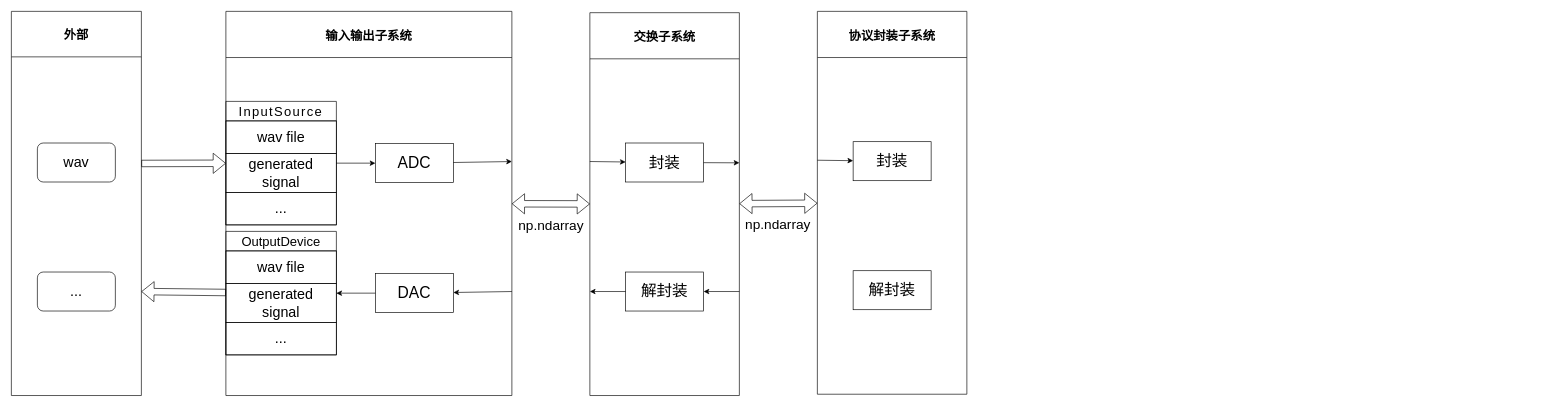
The draw.io diagram OCS.drawio in Oliveva/OCS, before the edit. Source tidied: cells renumbered, new cells numbered last; positions are measured from the earlier drawing's top-left corner, leaving out a move shared by most shapes. Both pictures are drawn from the tidied source at 65%, with x=0, y=0 at pixel (11, 11).
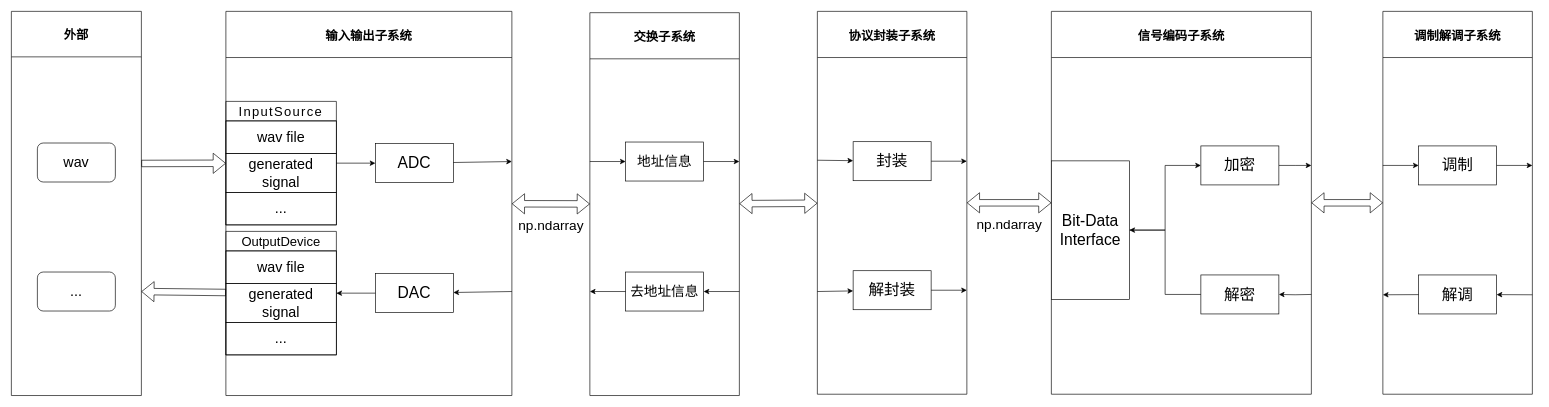
The same diagram, later.

Unchanged cells that the change refers to:
```xml
<mxCell id="22" value="交换子系统" style="swimlane;startSize=71;fontSize=19;" parent="1" vertex="1">
  <mxGeometry x="890" y="2" width="230" height="589" as="geometry" />
</mxCell>
<mxCell id="31" value="协议封装子系统" style="swimlane;startSize=71;fontSize=19;" parent="1" vertex="1">
  <mxGeometry x="1240" width="230" height="589" as="geometry" />
</mxCell>
<mxCell id="32" value="&lt;font style=&quot;font-size: 24px;&quot;&gt;封装&lt;/font&gt;" style="rounded=0;whiteSpace=wrap;html=1;" parent="31" vertex="1">
  <mxGeometry x="55" y="200.5" width="120" height="60" as="geometry" />
</mxCell>
<mxCell id="33" value="&lt;font style=&quot;font-size: 24px;&quot;&gt;解封装&lt;/font&gt;" style="rounded=0;whiteSpace=wrap;html=1;" parent="31" vertex="1">
  <mxGeometry x="55" y="399" width="120" height="60" as="geometry" />
</mxCell>
<mxCell id="35" style="shape=flexArrow;endArrow=classic;startArrow=classic;html=1;rounded=0;align=center;verticalAlign=bottom;fontSize=17;" parent="1" edge="1" source="22" target="31">
  <mxGeometry relative="1" as="geometry" />
</mxCell>
```

Diff of the diagram source:
```diff
@@
-    <mxCell id="23" value="&lt;font style=&quot;font-size: 24px;&quot;&gt;封装&lt;/font&gt;" style="rounded=0;whiteSpace=wrap;html=1;" parent="22" vertex="1">
-      <mxGeometry x="55" y="200.5" width="120" height="60" as="geometry" />
+    <mxCell id="23" value="地址信息" style="rounded=0;whiteSpace=wrap;html=1;fontSize=21;" parent="22" vertex="1">
+      <mxGeometry x="55" y="199" width="120" height="60" as="geometry" />
     </mxCell>
-    <mxCell id="24" value="&lt;font style=&quot;font-size: 24px;&quot;&gt;解封装&lt;/font&gt;" style="rounded=0;whiteSpace=wrap;html=1;" parent="22" vertex="1">
-      <mxGeometry x="55" y="399" width="120" height="60" as="geometry" />
-    </mxCell>
@@
+    <mxCell id="28" style="endArrow=classic;html=1;rounded=0;" parent="22" edge="1" source="23">
+      <mxGeometry relative="1" as="geometry">
+        <mxPoint x="230" y="229" as="targetPoint" />
+      </mxGeometry>
+    </mxCell>
+    <mxCell id="37" value="去地址信息" style="rounded=0;whiteSpace=wrap;html=1;fontSize=21;" parent="22" vertex="1">
+      <mxGeometry x="55" y="399" width="120" height="60" as="geometry" />
+    </mxCell>
@@
-    <mxCell id="28" style="endArrow=classic;html=1;rounded=0;" parent="1" edge="1" source="23">
-      <mxGeometry relative="1" as="geometry">
-        <mxPoint x="1120" y="233" as="targetPoint" />
-      </mxGeometry>
-    </mxCell>
-    <mxCell id="29" style="endArrow=classic;html=1;rounded=0;" parent="1" edge="1" source="24">
-      <mxGeometry relative="1" as="geometry">
-        <mxPoint x="890" y="431" as="targetPoint" />
-      </mxGeometry>
-    </mxCell>
-    <mxCell id="30" style="endArrow=classic;html=1;rounded=0;" parent="1" edge="1" target="24">
-      <mxGeometry relative="1" as="geometry">
-        <mxPoint x="1120" y="431" as="sourcePoint" />
-      </mxGeometry>
-    </mxCell>
@@
+    <mxCell id="38" style="edgeStyle=orthogonalEdgeStyle;rounded=0;jettySize=auto;html=1;" parent="31" edge="1" source="32">
+      <mxGeometry relative="1" as="geometry">
+        <mxPoint x="230" y="230.5" as="targetPoint" />
+      </mxGeometry>
+    </mxCell>
@@
+    <mxCell id="39" style="edgeStyle=orthogonalEdgeStyle;rounded=0;jettySize=auto;html=1;" parent="31" edge="1" source="33">
+      <mxGeometry relative="1" as="geometry">
+        <mxPoint x="230" y="429" as="targetPoint" />
+      </mxGeometry>
+    </mxCell>
@@
+    <mxCell id="40" style="endArrow=classic;html=1;rounded=0;" parent="31" edge="1" target="33">
+      <mxGeometry relative="1" as="geometry">
+        <mxPoint y="431" as="sourcePoint" />
+      </mxGeometry>
+    </mxCell>
@@
+    <mxCell id="41" value="调制解调子系统" style="swimlane;startSize=71;fontSize=19;" parent="1" vertex="1">
+      <mxGeometry x="2110" width="230" height="589" as="geometry" />
+    </mxCell>
+    <mxCell id="42" value="&lt;font style=&quot;font-size: 24px;&quot;&gt;调制&lt;/font&gt;" style="rounded=0;whiteSpace=wrap;html=1;" parent="41" vertex="1">
+      <mxGeometry x="55" y="207" width="120" height="60" as="geometry" />
+    </mxCell>
+    <mxCell id="43" value="&lt;font style=&quot;font-size: 24px;&quot;&gt;解调&lt;/font&gt;" style="rounded=0;whiteSpace=wrap;html=1;" parent="41" vertex="1">
+      <mxGeometry x="55" y="405.5" width="120" height="60" as="geometry" />
+    </mxCell>
+    <mxCell id="44" style="endArrow=classic;html=1;rounded=0;" parent="41" edge="1" target="42">
+      <mxGeometry relative="1" as="geometry">
+        <mxPoint y="237" as="sourcePoint" />
+      </mxGeometry>
+    </mxCell>
+    <mxCell id="45" style="shape=flexArrow;endArrow=classic;startArrow=classic;html=1;rounded=0;align=center;verticalAlign=bottom;fontSize=17;" parent="1" edge="1" source="31" target="46">
+      <mxGeometry relative="1" as="geometry" />
+    </mxCell>
-    <mxCell id="36" value="np.ndarray" style="edgeLabel;html=1;align=center;verticalAlign=middle;fontSize=21;" parent="35" vertex="1">
+    <mxCell id="36" value="np.ndarray" style="edgeLabel;html=1;align=center;verticalAlign=middle;fontSize=21;" parent="45" vertex="1">
       <mxGeometry x="-0.16" y="2" relative="1" as="geometry">
         <mxPoint x="9" y="34" as="offset" />
       </mxGeometry>
     </mxCell>
+    <mxCell id="46" value="信号编码子系统" style="swimlane;startSize=71;fontSize=19;" parent="1" vertex="1">
+      <mxGeometry x="1600" width="400" height="589" as="geometry" />
+    </mxCell>
+    <mxCell id="47" style="edgeStyle=orthogonalEdgeStyle;rounded=0;jettySize=auto;html=1;" parent="46" edge="1" source="48">
+      <mxGeometry relative="1" as="geometry">
+        <mxPoint x="400" y="237" as="targetPoint" />
+      </mxGeometry>
+    </mxCell>
+    <mxCell id="48" value="&lt;font style=&quot;font-size: 24px;&quot;&gt;加密&lt;/font&gt;" style="rounded=0;whiteSpace=wrap;html=1;" parent="46" vertex="1">
+      <mxGeometry x="230" y="207" width="120" height="60" as="geometry" />
+    </mxCell>
+    <mxCell id="49" style="edgeStyle=orthogonalEdgeStyle;rounded=0;jettySize=auto;html=1;" parent="46" edge="1" target="50">
+      <mxGeometry relative="1" as="geometry">
+        <mxPoint x="400" y="435.5" as="sourcePoint" />
+      </mxGeometry>
+    </mxCell>
+    <mxCell id="50" value="&lt;font style=&quot;font-size: 24px;&quot;&gt;解密&lt;/font&gt;" style="rounded=0;whiteSpace=wrap;html=1;" parent="46" vertex="1">
+      <mxGeometry x="230" y="405.5" width="120" height="60" as="geometry" />
+    </mxCell>
+    <mxCell id="51" style="edgeStyle=orthogonalEdgeStyle;rounded=0;jettySize=auto;html=1;entryX=0;entryY=0.5;entryDx=0;entryDy=0;" parent="46" edge="1" source="53" target="48">
+      <mxGeometry relative="1" as="geometry" />
+    </mxCell>
+    <mxCell id="52" style="edgeStyle=orthogonalEdgeStyle;rounded=0;jettySize=auto;html=1;exitX=0;exitY=0.5;exitDx=0;exitDy=0;" parent="46" edge="1" source="50" target="53">
+      <mxGeometry relative="1" as="geometry" />
+    </mxCell>
+    <mxCell id="53" value="&lt;font style=&quot;font-size: 24px;&quot;&gt;Bit-Data&lt;/font&gt;&lt;div&gt;&lt;font style=&quot;font-size: 24px;&quot;&gt;Interface&lt;/font&gt;&lt;/div&gt;" style="rounded=0;whiteSpace=wrap;html=1;" parent="46" vertex="1">
+      <mxGeometry y="230" width="120" height="213" as="geometry" />
+    </mxCell>
+    <mxCell id="54" style="shape=flexArrow;endArrow=classic;startArrow=classic;html=1;rounded=0;align=center;verticalAlign=bottom;fontSize=17;" parent="1" edge="1" source="46" target="41">
+      <mxGeometry relative="1" as="geometry" />
+    </mxCell>
+    <mxCell id="55" style="endArrow=classic;html=1;rounded=0;" parent="1" edge="1" source="42">
+      <mxGeometry relative="1" as="geometry">
+        <mxPoint x="2340" y="237" as="targetPoint" />
+      </mxGeometry>
+    </mxCell>
+    <mxCell id="56" style="endArrow=classic;html=1;rounded=0;" parent="1" edge="1" source="43">
+      <mxGeometry relative="1" as="geometry">
+        <mxPoint x="2110" y="436" as="targetPoint" />
+      </mxGeometry>
+    </mxCell>
+    <mxCell id="57" style="endArrow=classic;html=1;rounded=0;" parent="1" edge="1" target="43">
+      <mxGeometry relative="1" as="geometry">
+        <mxPoint x="2340" y="436" as="sourcePoint" />
+      </mxGeometry>
+    </mxCell>
+    <mxCell id="58" style="endArrow=classic;html=1;rounded=0;" parent="1" edge="1" source="37">
+      <mxGeometry relative="1" as="geometry">
+        <mxPoint x="890" y="431" as="targetPoint" />
+      </mxGeometry>
+    </mxCell>
+    <mxCell id="59" style="endArrow=classic;html=1;rounded=0;" parent="1" edge="1" target="37">
+      <mxGeometry relative="1" as="geometry">
+        <mxPoint x="1120" y="431" as="sourcePoint" />
+      </mxGeometry>
+    </mxCell>
```
